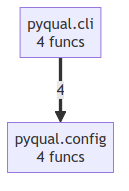
semcod/pyqual keeps this Mermaid diagram as project/compact_flow.png. Above is the earlier version. Its source is kept beside it as project/compact_flow.mmd. Its diagram source:
```mermaid
flowchart TD
    pyqual__cli["pyqual.cli<br/>4 funcs"]
    pyqual__config["pyqual.config<br/>4 funcs"]
    pyqual__cli ==>|4| pyqual__config
```
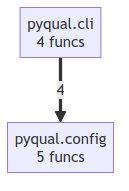
Above is the later version.

The edit, as a diff of the source:
```diff
@@ -1,4 +1,4 @@
 flowchart TD
     pyqual__cli["pyqual.cli<br/>4 funcs"]
-    pyqual__config["pyqual.config<br/>4 funcs"]
+    pyqual__config["pyqual.config<br/>5 funcs"]
     pyqual__cli ==>|4| pyqual__config
```
